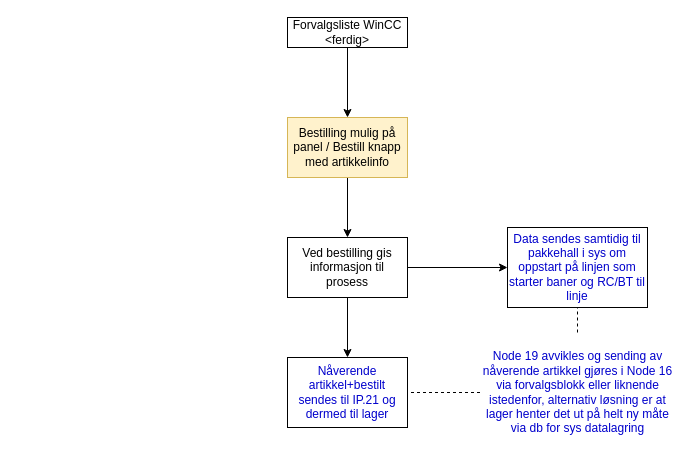
warben0/DrawIOStorage keeps this draw.io diagram as BAW Sys.drawio. Above is the earlier version. Source tidied: cells renumbered, new cells numbered last; positions are measured from the earlier drawing's top-left corner, leaving out a move shared by most shapes. Both pictures are drawn from the tidied source at 100%, with x=0, y=0 at pixel (287, 17).
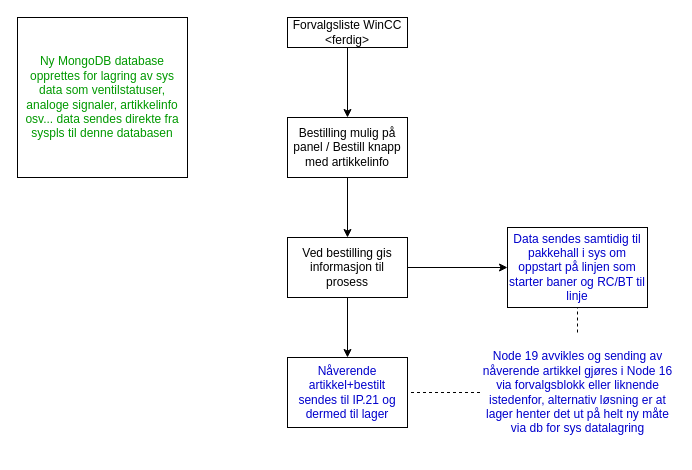
The same page after the edit.

What changed in the source:
```diff
@@
 <mxGraphModel>
   <root>
     <mxCell id="0" />
     <mxCell id="1" parent="0" />
     <mxCell id="2" style="edgeStyle=orthogonalEdgeStyle;rounded=0;jettySize=auto;html=1;exitX=0.5;exitY=1;exitDx=0;exitDy=0;entryX=0.5;entryY=0;entryDx=0;entryDy=0;" parent="1" edge="1" source="3" target="5">
       <mxGeometry relative="1" as="geometry" />
     </mxCell>
     <mxCell id="3" value="Forvalgsliste WinCC&lt;br&gt;&amp;lt;ferdig&amp;gt;" style="rounded=0;whiteSpace=wrap;html=1;" parent="1" vertex="1">
       <mxGeometry width="120" height="30" as="geometry" />
     </mxCell>
     <mxCell id="4" style="edgeStyle=orthogonalEdgeStyle;rounded=0;jettySize=auto;html=1;exitX=0.5;exitY=1;exitDx=0;exitDy=0;entryX=0.5;entryY=0;entryDx=0;entryDy=0;" parent="1" edge="1" source="5" target="8">
       <mxGeometry relative="1" as="geometry" />
     </mxCell>
-    <mxCell id="5" value="Bestilling mulig på panel / Bestill knapp med artikkelinfo" style="rounded=0;whiteSpace=wrap;html=1;fillColor=#fff2cc;strokeColor=#d6b656;" parent="1" vertex="1">
+    <mxCell id="5" value="Bestilling mulig på panel / Bestill knapp med artikkelinfo" style="rounded=0;whiteSpace=wrap;html=1;" parent="1" vertex="1">
       <mxGeometry y="100" width="120" height="60" as="geometry" />
     </mxCell>
     <mxCell id="6" style="edgeStyle=orthogonalEdgeStyle;rounded=0;jettySize=auto;html=1;exitX=0.5;exitY=1;exitDx=0;exitDy=0;entryX=0.5;entryY=0;entryDx=0;entryDy=0;" parent="1" edge="1" source="8" target="9">
       <mxGeometry relative="1" as="geometry" />
     </mxCell>
     <mxCell id="7" style="edgeStyle=orthogonalEdgeStyle;rounded=0;jettySize=auto;html=1;exitX=1;exitY=0.5;exitDx=0;exitDy=0;entryX=0;entryY=0.5;entryDx=0;entryDy=0;" parent="1" edge="1" source="8" target="13">
       <mxGeometry relative="1" as="geometry" />
     </mxCell>
     <mxCell id="8" value="Ved bestilling gis informasjon til prosess" style="rounded=0;whiteSpace=wrap;html=1;" parent="1" vertex="1">
       <mxGeometry y="220" width="120" height="60" as="geometry" />
     </mxCell>
     <mxCell id="9" value="Nåverende artikkel+bestilt sendes til IP.21 og dermed til lager" style="rounded=0;whiteSpace=wrap;html=1;fontColor=#0000cc;" parent="1" vertex="1">
       <mxGeometry y="340" width="120" height="70" as="geometry" />
     </mxCell>
     <mxCell id="10" style="edgeStyle=orthogonalEdgeStyle;rounded=0;jettySize=auto;html=1;exitX=0.5;exitY=0;exitDx=0;exitDy=0;entryX=0.5;entryY=1;entryDx=0;entryDy=0;dashed=1;endArrow=none;endFill=0;" parent="1" edge="1" source="12" target="13">
       <mxGeometry relative="1" as="geometry" />
     </mxCell>
     <mxCell id="11" style="edgeStyle=orthogonalEdgeStyle;rounded=0;jettySize=auto;html=1;exitX=0;exitY=0.5;exitDx=0;exitDy=0;entryX=1;entryY=0.5;entryDx=0;entryDy=0;dashed=1;endArrow=none;endFill=0;" parent="1" edge="1" source="12" target="9">
       <mxGeometry relative="1" as="geometry" />
     </mxCell>
     <mxCell id="12" value="Node 19 avvikles og sending av nåverende artikkel gjøres i Node 16 via forvalgsblokk eller liknende istedenfor, alternativ løsning er at lager henter det ut på helt ny måte via db for sys datalagring" style="text;html=1;align=center;verticalAlign=middle;whiteSpace=wrap;rounded=0;fontColor=#0000cc;" parent="1" vertex="1">
       <mxGeometry x="192.5" y="315" width="195" height="120" as="geometry" />
     </mxCell>
     <mxCell id="13" value="Data sendes samtidig til pakkehall i sys om oppstart på linjen som starter baner og RC/BT til linje" style="rounded=0;whiteSpace=wrap;html=1;fontColor=#0000CC;" parent="1" vertex="1">
       <mxGeometry x="220" y="210" width="140" height="80" as="geometry" />
     </mxCell>
+    <mxCell id="14" value="Ny MongoDB database opprettes for lagring av sys data som ventilstatuser, analoge signaler, artikkelinfo osv... data sendes direkte fra syspls til denne databasen" style="rounded=0;whiteSpace=wrap;html=1;fontColor=#009900;" parent="1" vertex="1">
+      <mxGeometry x="-270" width="170" height="160" as="geometry" />
+    </mxCell>
   </root>
 </mxGraphModel>
```
